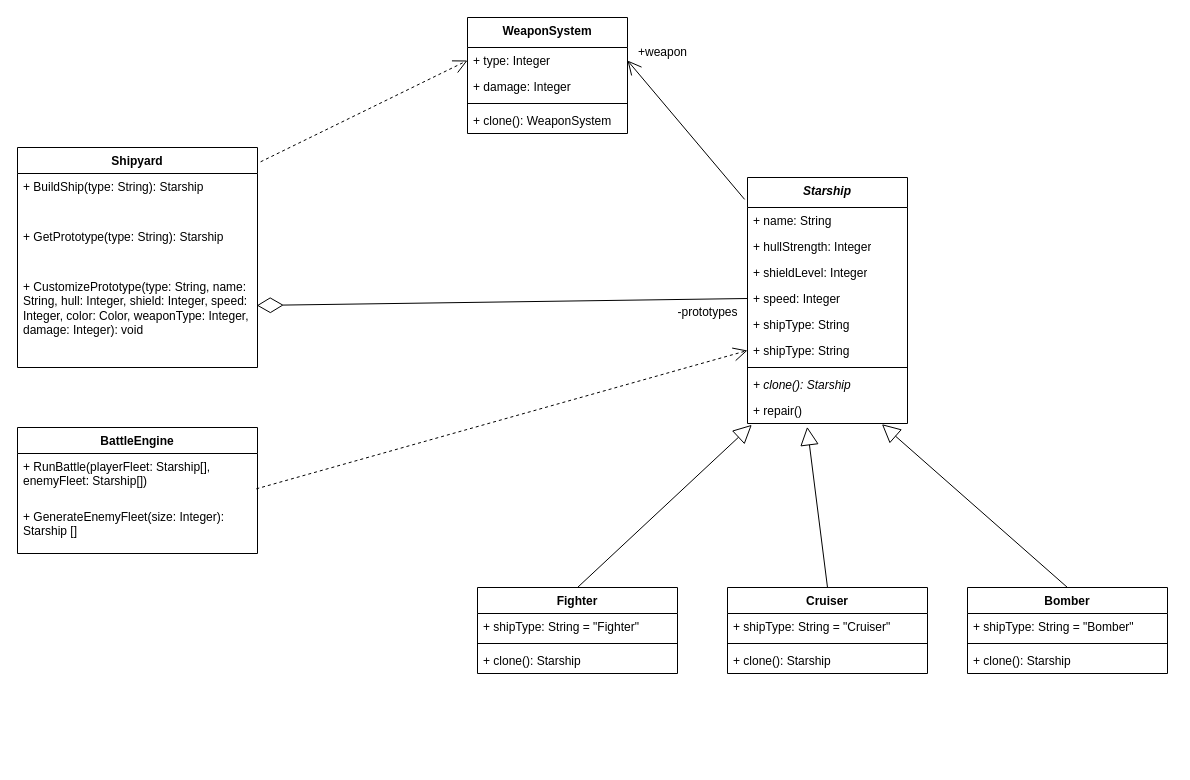
Above: lab01/umlships.drawio in bigflyy/Object-oriented-analysis-and-design-2 (draw.io), before the change. Source tidied: cells renumbered, new cells numbered last; positions are measured from the earlier drawing's top-left corner, leaving out a move shared by most shapes. Both pictures are drawn from the tidied source at 100%, with x=0, y=0 at pixel (17, 17).
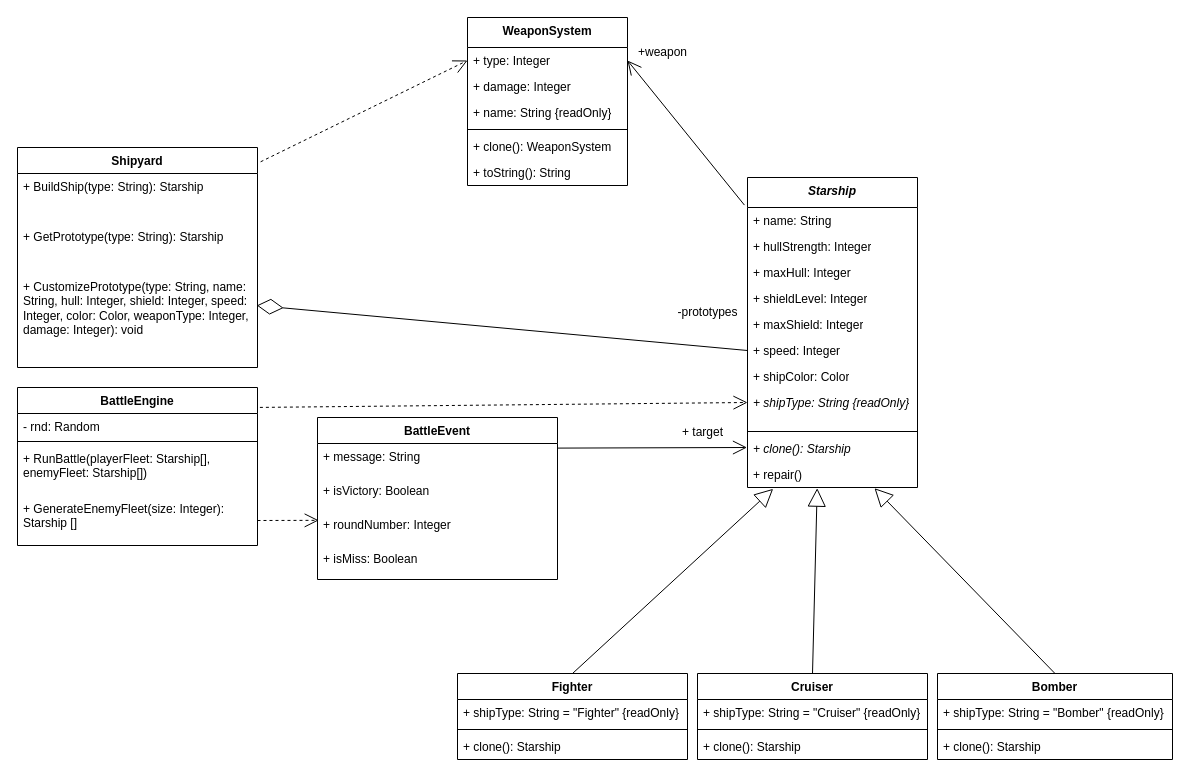
The same page after the edit.

What changed in the source:
```diff
@@
     <mxCell id="2" value="&lt;div&gt;&lt;i style=&quot;background-color: transparent; color: light-dark(rgb(0, 0, 0), rgb(255, 255, 255));&quot;&gt;Starship&lt;/i&gt;&lt;/div&gt;" style="swimlane;fontStyle=1;align=center;verticalAlign=top;horizontal=1;startSize=30;whiteSpace=wrap;html=1;" parent="1" vertex="1">
-      <mxGeometry x="730" y="160" width="160" height="246" as="geometry" />
+      <mxGeometry x="730" y="160" width="170" height="310" as="geometry" />
     </mxCell>
     <mxCell id="3" value="+ name: String" style="text;strokeColor=none;fillColor=none;align=left;verticalAlign=top;spacingLeft=4;spacingRight=4;overflow=hidden;whiteSpace=wrap;html=1;" parent="2" vertex="1">
-      <mxGeometry y="30" width="160" height="26" as="geometry" />
+      <mxGeometry y="30" width="170" height="26" as="geometry" />
     </mxCell>
     <mxCell id="4" value="+ hullStrength: Integer" style="text;strokeColor=none;fillColor=none;align=left;verticalAlign=top;spacingLeft=4;spacingRight=4;overflow=hidden;whiteSpace=wrap;html=1;" parent="2" vertex="1">
-      <mxGeometry y="56" width="160" height="26" as="geometry" />
+      <mxGeometry y="56" width="170" height="26" as="geometry" />
     </mxCell>
+    <mxCell id="45" value="+ maxHull: Integer" style="text;strokeColor=none;fillColor=none;align=left;verticalAlign=top;spacingLeft=4;spacingRight=4;overflow=hidden;whiteSpace=wrap;html=1;" parent="2" vertex="1">
+      <mxGeometry y="82" width="170" height="26" as="geometry" />
+    </mxCell>
     <mxCell id="5" value="+ shieldLevel: Integer" style="text;strokeColor=none;fillColor=none;align=left;verticalAlign=top;spacingLeft=4;spacingRight=4;overflow=hidden;whiteSpace=wrap;html=1;" parent="2" vertex="1">
-      <mxGeometry y="82" width="160" height="26" as="geometry" />
+      <mxGeometry y="108" width="170" height="26" as="geometry" />
     </mxCell>
+    <mxCell id="46" value="+ maxShield: Integer" style="text;strokeColor=none;fillColor=none;align=left;verticalAlign=top;spacingLeft=4;spacingRight=4;overflow=hidden;whiteSpace=wrap;html=1;" parent="2" vertex="1">
+      <mxGeometry y="134" width="170" height="26" as="geometry" />
+    </mxCell>
     <mxCell id="6" value="+ speed: Integer" style="text;strokeColor=none;fillColor=none;align=left;verticalAlign=top;spacingLeft=4;spacingRight=4;overflow=hidden;points=[[0,0.5],[1,0.5]];portConstraint=eastwest;whiteSpace=wrap;html=1;" parent="2" vertex="1">
-      <mxGeometry y="108" width="160" height="26" as="geometry" />
+      <mxGeometry y="160" width="170" height="26" as="geometry" />
     </mxCell>
+    <mxCell id="47" value="+ shipColor: Color" style="text;strokeColor=none;fillColor=none;align=left;verticalAlign=top;spacingLeft=4;spacingRight=4;overflow=hidden;whiteSpace=wrap;html=1;" parent="2" vertex="1">
+      <mxGeometry y="186" width="170" height="26" as="geometry" />
+    </mxCell>
-    <mxCell id="7" value="+ shipType: String" style="text;strokeColor=none;fillColor=none;align=left;verticalAlign=top;spacingLeft=4;spacingRight=4;overflow=hidden;whiteSpace=wrap;html=1;" parent="2" vertex="1">
-      <mxGeometry y="134" width="160" height="26" as="geometry" />
+    <mxCell id="7" value="&lt;i&gt;+ shipType: String {readOnly}&lt;/i&gt;" style="text;strokeColor=none;fillColor=none;align=left;verticalAlign=top;spacingLeft=4;spacingRight=4;overflow=hidden;whiteSpace=wrap;html=1;" parent="2" vertex="1">
+      <mxGeometry y="212" width="170" height="38" as="geometry" />
     </mxCell>
-    <mxCell id="8" value="+ shipType: String" style="text;strokeColor=none;fillColor=none;align=left;verticalAlign=top;spacingLeft=4;spacingRight=4;overflow=hidden;points=[[0,0.5],[1,0.5]];portConstraint=eastwest;whiteSpace=wrap;html=1;" parent="2" vertex="1">
-      <mxGeometry y="160" width="160" height="26" as="geometry" />
-    </mxCell>
     <mxCell id="9" style="line;strokeWidth=1;fillColor=none;align=left;verticalAlign=middle;spacingTop=-1;spacingLeft=3;spacingRight=3;labelPosition=right;strokeColor=inherit;" parent="2" vertex="1">
-      <mxGeometry y="186" width="160" height="8" as="geometry" />
+      <mxGeometry y="250" width="170" height="8" as="geometry" />
     </mxCell>
     <mxCell id="10" value="&lt;i&gt;+ clone(): Starship&lt;/i&gt;" style="text;strokeColor=none;fillColor=none;align=left;verticalAlign=top;spacingLeft=4;spacingRight=4;overflow=hidden;whiteSpace=wrap;html=1;" parent="2" vertex="1">
-      <mxGeometry y="194" width="160" height="26" as="geometry" />
+      <mxGeometry y="258" width="170" height="26" as="geometry" />
     </mxCell>
     <mxCell id="11" value="+ repair()" style="text;strokeColor=none;fillColor=none;align=left;verticalAlign=top;spacingLeft=4;spacingRight=4;overflow=hidden;points=[[0,0.5],[1,0.5]];portConstraint=eastwest;whiteSpace=wrap;html=1;" parent="2" vertex="1">
-      <mxGeometry y="220" width="160" height="26" as="geometry" />
+      <mxGeometry y="284" width="170" height="26" as="geometry" />
     </mxCell>
     <mxCell id="12" value="Fighter" style="swimlane;fontStyle=1;align=center;verticalAlign=top;horizontal=1;startSize=26;whiteSpace=wrap;html=1;" parent="1" vertex="1">
-      <mxGeometry x="460" y="570" width="200" height="86" as="geometry" />
+      <mxGeometry x="440" y="656" width="230" height="86" as="geometry" />
     </mxCell>
-    <mxCell id="13" value="+ shipType: String = &quot;Fighter&quot;" style="text;strokeColor=none;fillColor=none;align=left;verticalAlign=top;spacingLeft=4;spacingRight=4;overflow=hidden;whiteSpace=wrap;html=1;" parent="12" vertex="1">
-      <mxGeometry y="26" width="200" height="26" as="geometry" />
+    <mxCell id="13" value="+ shipType: String = &quot;Fighter&quot; {readOnly}" style="text;strokeColor=none;fillColor=none;align=left;verticalAlign=top;spacingLeft=4;spacingRight=4;overflow=hidden;whiteSpace=wrap;html=1;" parent="12" vertex="1">
+      <mxGeometry y="26" width="230" height="26" as="geometry" />
     </mxCell>
     <mxCell id="14" style="line;strokeWidth=1;fillColor=none;align=left;verticalAlign=middle;spacingTop=-1;spacingLeft=3;spacingRight=3;labelPosition=right;strokeColor=inherit;" parent="12" vertex="1">
-      <mxGeometry y="52" width="200" height="8" as="geometry" />
+      <mxGeometry y="52" width="230" height="8" as="geometry" />
     </mxCell>
     <mxCell id="15" value="+ clone(): Starship" style="text;strokeColor=none;fillColor=none;align=left;verticalAlign=top;spacingLeft=4;spacingRight=4;overflow=hidden;whiteSpace=wrap;html=1;" parent="12" vertex="1">
-      <mxGeometry y="60" width="200" height="26" as="geometry" />
+      <mxGeometry y="60" width="230" height="26" as="geometry" />
     </mxCell>
     <mxCell id="16" value="Cruiser" style="swimlane;fontStyle=1;align=center;verticalAlign=top;horizontal=1;startSize=26;whiteSpace=wrap;html=1;" parent="1" vertex="1">
-      <mxGeometry x="710" y="570" width="200" height="86" as="geometry" />
+      <mxGeometry x="680" y="656" width="230" height="86" as="geometry" />
     </mxCell>
-    <mxCell id="17" value="+ shipType: String = &quot;Cruiser&quot;" style="text;strokeColor=none;fillColor=none;align=left;verticalAlign=top;spacingLeft=4;spacingRight=4;overflow=hidden;whiteSpace=wrap;html=1;" parent="16" vertex="1">
-      <mxGeometry y="26" width="200" height="26" as="geometry" />
+    <mxCell id="17" value="+ shipType: String = &quot;Cruiser&quot; {readOnly}" style="text;strokeColor=none;fillColor=none;align=left;verticalAlign=top;spacingLeft=4;spacingRight=4;overflow=hidden;whiteSpace=wrap;html=1;" parent="16" vertex="1">
+      <mxGeometry y="26" width="230" height="26" as="geometry" />
     </mxCell>
     <mxCell id="18" style="line;strokeWidth=1;fillColor=none;align=left;verticalAlign=middle;spacingTop=-1;spacingLeft=3;spacingRight=3;labelPosition=right;strokeColor=inherit;" parent="16" vertex="1">
-      <mxGeometry y="52" width="200" height="8" as="geometry" />
+      <mxGeometry y="52" width="230" height="8" as="geometry" />
     </mxCell>
     <mxCell id="19" value="+ clone(): Starship" style="text;strokeColor=none;fillColor=none;align=left;verticalAlign=top;spacingLeft=4;spacingRight=4;overflow=hidden;whiteSpace=wrap;html=1;" parent="16" vertex="1">
-      <mxGeometry y="60" width="200" height="26" as="geometry" />
+      <mxGeometry y="60" width="230" height="26" as="geometry" />
     </mxCell>
     <mxCell id="20" value="Bomber" style="swimlane;fontStyle=1;align=center;verticalAlign=top;horizontal=1;startSize=26;whiteSpace=wrap;html=1;" parent="1" vertex="1">
-      <mxGeometry x="950" y="570" width="200" height="86" as="geometry" />
+      <mxGeometry x="920" y="656" width="235" height="86" as="geometry" />
     </mxCell>
-    <mxCell id="21" value="+ shipType: String = &quot;Bomber&quot;" style="text;strokeColor=none;fillColor=none;align=left;verticalAlign=top;spacingLeft=4;spacingRight=4;overflow=hidden;whiteSpace=wrap;html=1;" parent="20" vertex="1">
-      <mxGeometry y="26" width="200" height="26" as="geometry" />
+    <mxCell id="21" value="+ shipType: String = &quot;Bomber&quot; {readOnly}" style="text;strokeColor=none;fillColor=none;align=left;verticalAlign=top;spacingLeft=4;spacingRight=4;overflow=hidden;whiteSpace=wrap;html=1;" parent="20" vertex="1">
+      <mxGeometry y="26" width="235" height="26" as="geometry" />
     </mxCell>
     <mxCell id="22" style="line;strokeWidth=1;fillColor=none;align=left;verticalAlign=middle;spacingTop=-1;spacingLeft=3;spacingRight=3;labelPosition=right;strokeColor=inherit;" parent="20" vertex="1">
-      <mxGeometry y="52" width="200" height="8" as="geometry" />
+      <mxGeometry y="52" width="235" height="8" as="geometry" />
     </mxCell>
     <mxCell id="23" value="+ clone(): Starship" style="text;strokeColor=none;fillColor=none;align=left;verticalAlign=top;spacingLeft=4;spacingRight=4;overflow=hidden;whiteSpace=wrap;html=1;" parent="20" vertex="1">
-      <mxGeometry y="60" width="200" height="26" as="geometry" />
+      <mxGeometry y="60" width="235" height="26" as="geometry" />
     </mxCell>
-    <mxCell id="24" style="endArrow=block;endSize=16;endFill=0;html=1;rounded=0;exitX=0.5;exitY=0;exitDx=0;exitDy=0;entryX=0.027;entryY=1.051;entryDx=0;entryDy=0;entryPerimeter=0;" parent="1" edge="1" source="12" target="11">
+    <mxCell id="24" style="endArrow=block;endSize=16;endFill=0;html=1;rounded=0;exitX=0.5;exitY=0;exitDx=0;exitDy=0;entryX=0.151;entryY=1.051;entryDx=0;entryDy=0;entryPerimeter=0;" parent="1" edge="1" source="12" target="11">
       <mxGeometry relative="1" as="geometry" />
     </mxCell>
-    <mxCell id="25" style="endArrow=block;endSize=16;endFill=0;html=1;rounded=0;exitX=0.5;exitY=0;exitDx=0;exitDy=0;entryX=0.373;entryY=1.128;entryDx=0;entryDy=0;entryPerimeter=0;" parent="1" edge="1" source="16" target="11">
+    <mxCell id="25" style="endArrow=block;endSize=16;endFill=0;html=1;rounded=0;exitX=0.5;exitY=0;exitDx=0;exitDy=0;entryX=0.41;entryY=1.026;entryDx=0;entryDy=0;entryPerimeter=0;" parent="1" edge="1" source="16" target="11">
       <mxGeometry x="0.01" relative="1" as="geometry" />
     </mxCell>
-    <mxCell id="26" style="endArrow=block;endSize=16;endFill=0;html=1;rounded=0;exitX=0.5;exitY=0;exitDx=0;exitDy=0;entryX=0.84;entryY=1.026;entryDx=0;entryDy=0;entryPerimeter=0;" parent="1" edge="1" source="20" target="11">
+    <mxCell id="26" style="endArrow=block;endSize=16;endFill=0;html=1;rounded=0;exitX=0.5;exitY=0;exitDx=0;exitDy=0;entryX=0.747;entryY=1.026;entryDx=0;entryDy=0;entryPerimeter=0;" parent="1" edge="1" source="20" target="11">
       <mxGeometry relative="1" as="geometry" />
     </mxCell>
     <mxCell id="27" value="WeaponSystem" style="swimlane;fontStyle=1;align=center;verticalAlign=top;horizontal=1;startSize=30;whiteSpace=wrap;html=1;" parent="1" vertex="1">
-      <mxGeometry x="450" width="160" height="116" as="geometry" />
+      <mxGeometry x="450" width="160" height="168" as="geometry" />
     </mxCell>
@@
+    <mxCell id="48" value="+ name: String {readOnly}" style="text;strokeColor=none;fillColor=none;align=left;verticalAlign=top;spacingLeft=4;spacingRight=4;overflow=hidden;whiteSpace=wrap;html=1;" parent="27" vertex="1">
+      <mxGeometry y="82" width="160" height="26" as="geometry" />
+    </mxCell>
     <mxCell id="30" style="line;strokeWidth=1;fillColor=none;align=left;verticalAlign=middle;spacingTop=-1;spacingLeft=3;spacingRight=3;labelPosition=right;strokeColor=inherit;" parent="27" vertex="1">
-      <mxGeometry y="82" width="160" height="8" as="geometry" />
+      <mxGeometry y="108" width="160" height="8" as="geometry" />
     </mxCell>
     <mxCell id="31" value="+ clone(): WeaponSystem" style="text;strokeColor=none;fillColor=none;align=left;verticalAlign=top;spacingLeft=4;spacingRight=4;overflow=hidden;whiteSpace=wrap;html=1;" parent="27" vertex="1">
-      <mxGeometry y="90" width="160" height="26" as="geometry" />
+      <mxGeometry y="116" width="160" height="26" as="geometry" />
     </mxCell>
+    <mxCell id="49" value="+ toString(): String" style="text;strokeColor=none;fillColor=none;align=left;verticalAlign=top;spacingLeft=4;spacingRight=4;overflow=hidden;whiteSpace=wrap;html=1;" parent="27" vertex="1">
+      <mxGeometry y="142" width="160" height="26" as="geometry" />
+    </mxCell>
@@
     <mxCell id="33" value="BattleEngine" style="swimlane;fontStyle=1;align=center;verticalAlign=top;horizontal=1;startSize=26;whiteSpace=wrap;html=1;" parent="1" vertex="1">
-      <mxGeometry y="410" width="240" height="126" as="geometry" />
+      <mxGeometry y="370" width="240" height="158" as="geometry" />
     </mxCell>
+    <mxCell id="50" value="- rnd: Random" style="text;strokeColor=none;fillColor=none;align=left;verticalAlign=top;spacingLeft=4;spacingRight=4;overflow=hidden;whiteSpace=wrap;html=1;" parent="33" vertex="1">
+      <mxGeometry y="26" width="240" height="24" as="geometry" />
+    </mxCell>
+    <mxCell id="51" style="line;strokeWidth=1;fillColor=none;align=left;verticalAlign=middle;spacingTop=-1;spacingLeft=3;spacingRight=3;labelPosition=right;strokeColor=inherit;" parent="33" vertex="1">
+      <mxGeometry y="50" width="240" height="8" as="geometry" />
+    </mxCell>
     <mxCell id="34" value="+ RunBattle(playerFleet: Starship[], enemyFleet: Starship[])" style="text;strokeColor=none;fillColor=none;align=left;verticalAlign=top;spacingLeft=4;spacingRight=4;overflow=hidden;points=[[0,0.5],[1,0.5]];portConstraint=eastwest;whiteSpace=wrap;html=1;" parent="33" vertex="1">
-      <mxGeometry y="26" width="240" height="50" as="geometry" />
+      <mxGeometry y="58" width="240" height="50" as="geometry" />
     </mxCell>
     <mxCell id="35" value="+ GenerateEnemyFleet(size: Integer): Starship []" style="text;strokeColor=none;fillColor=none;align=left;verticalAlign=top;spacingLeft=4;spacingRight=4;overflow=hidden;points=[[0,0.5],[1,0.5]];portConstraint=eastwest;whiteSpace=wrap;html=1;" parent="33" vertex="1">
-      <mxGeometry y="76" width="240" height="50" as="geometry" />
+      <mxGeometry y="108" width="240" height="50" as="geometry" />
     </mxCell>
-    <mxCell id="36" style="endArrow=open;endSize=12;dashed=1;html=1;rounded=0;exitX=0.995;exitY=0.707;exitDx=0;exitDy=0;exitPerimeter=0;entryX=0;entryY=0.5;entryDx=0;entryDy=0;" parent="1" edge="1" source="34" target="8">
-      <mxGeometry relative="1" as="geometry" />
+    <mxCell id="36" style="endArrow=open;endSize=12;dashed=1;html=1;rounded=0;exitX=1.01;exitY=0.126;exitDx=0;exitDy=0;exitPerimeter=0;entryX=0;entryY=0.5;entryDx=0;entryDy=0;" parent="1" edge="1" source="33">
+      <mxGeometry relative="1" as="geometry">
+        <mxPoint x="730" y="385" as="targetPoint" />
+      </mxGeometry>
     </mxCell>
@@
+    <mxCell id="52" value="BattleEvent" style="swimlane;fontStyle=1;align=center;verticalAlign=top;horizontal=1;startSize=26;whiteSpace=wrap;html=1;" parent="1" vertex="1">
+      <mxGeometry x="300" y="400" width="240" height="162" as="geometry" />
+    </mxCell>
+    <mxCell id="53" value="+ message: String" style="text;strokeColor=none;fillColor=none;align=left;verticalAlign=top;spacingLeft=4;spacingRight=4;overflow=hidden;whiteSpace=wrap;html=1;" parent="52" vertex="1">
+      <mxGeometry y="26" width="240" height="34" as="geometry" />
+    </mxCell>
+    <mxCell id="54" value="+ isVictory: Boolean" style="text;strokeColor=none;fillColor=none;align=left;verticalAlign=top;spacingLeft=4;spacingRight=4;overflow=hidden;whiteSpace=wrap;html=1;" parent="52" vertex="1">
+      <mxGeometry y="60" width="240" height="34" as="geometry" />
+    </mxCell>
+    <mxCell id="55" value="+ roundNumber: Integer" style="text;strokeColor=none;fillColor=none;align=left;verticalAlign=top;spacingLeft=4;spacingRight=4;overflow=hidden;points=[[0,0.5],[1,0.5]];portConstraint=eastwest;whiteSpace=wrap;html=1;" parent="52" vertex="1">
+      <mxGeometry y="94" width="240" height="34" as="geometry" />
+    </mxCell>
+    <mxCell id="56" value="+ isMiss: Boolean" style="text;strokeColor=none;fillColor=none;align=left;verticalAlign=top;spacingLeft=4;spacingRight=4;overflow=hidden;whiteSpace=wrap;html=1;" parent="52" vertex="1">
+      <mxGeometry y="128" width="240" height="34" as="geometry" />
+    </mxCell>
+    <mxCell id="57" style="endArrow=open;endFill=1;endSize=12;html=1;rounded=0;exitX=1;exitY=0.5;exitDx=0;exitDy=0;entryX=-0.003;entryY=0.94;entryDx=0;entryDy=0;entryPerimeter=0;" parent="1" edge="1">
+      <mxGeometry relative="1" as="geometry">
+        <mxPoint x="540" y="430.6" as="sourcePoint" />
+        <mxPoint x="729.5" y="430" as="targetPoint" />
+      </mxGeometry>
+    </mxCell>
+    <mxCell id="58" value="+ target" style="text;html=1;align=center;verticalAlign=middle;strokeColor=none;fillColor=none;" parent="1" vertex="1">
+      <mxGeometry x="655" y="400" width="60" height="30" as="geometry" />
+    </mxCell>
+    <mxCell id="59" style="endArrow=open;endSize=12;dashed=1;html=1;rounded=0;exitX=1;exitY=0.5;exitDx=0;exitDy=0;entryX=0.005;entryY=0.26;entryDx=0;entryDy=0;entryPerimeter=0;" parent="1" edge="1" source="35" target="55">
+      <mxGeometry relative="1" as="geometry" />
+    </mxCell>
```
